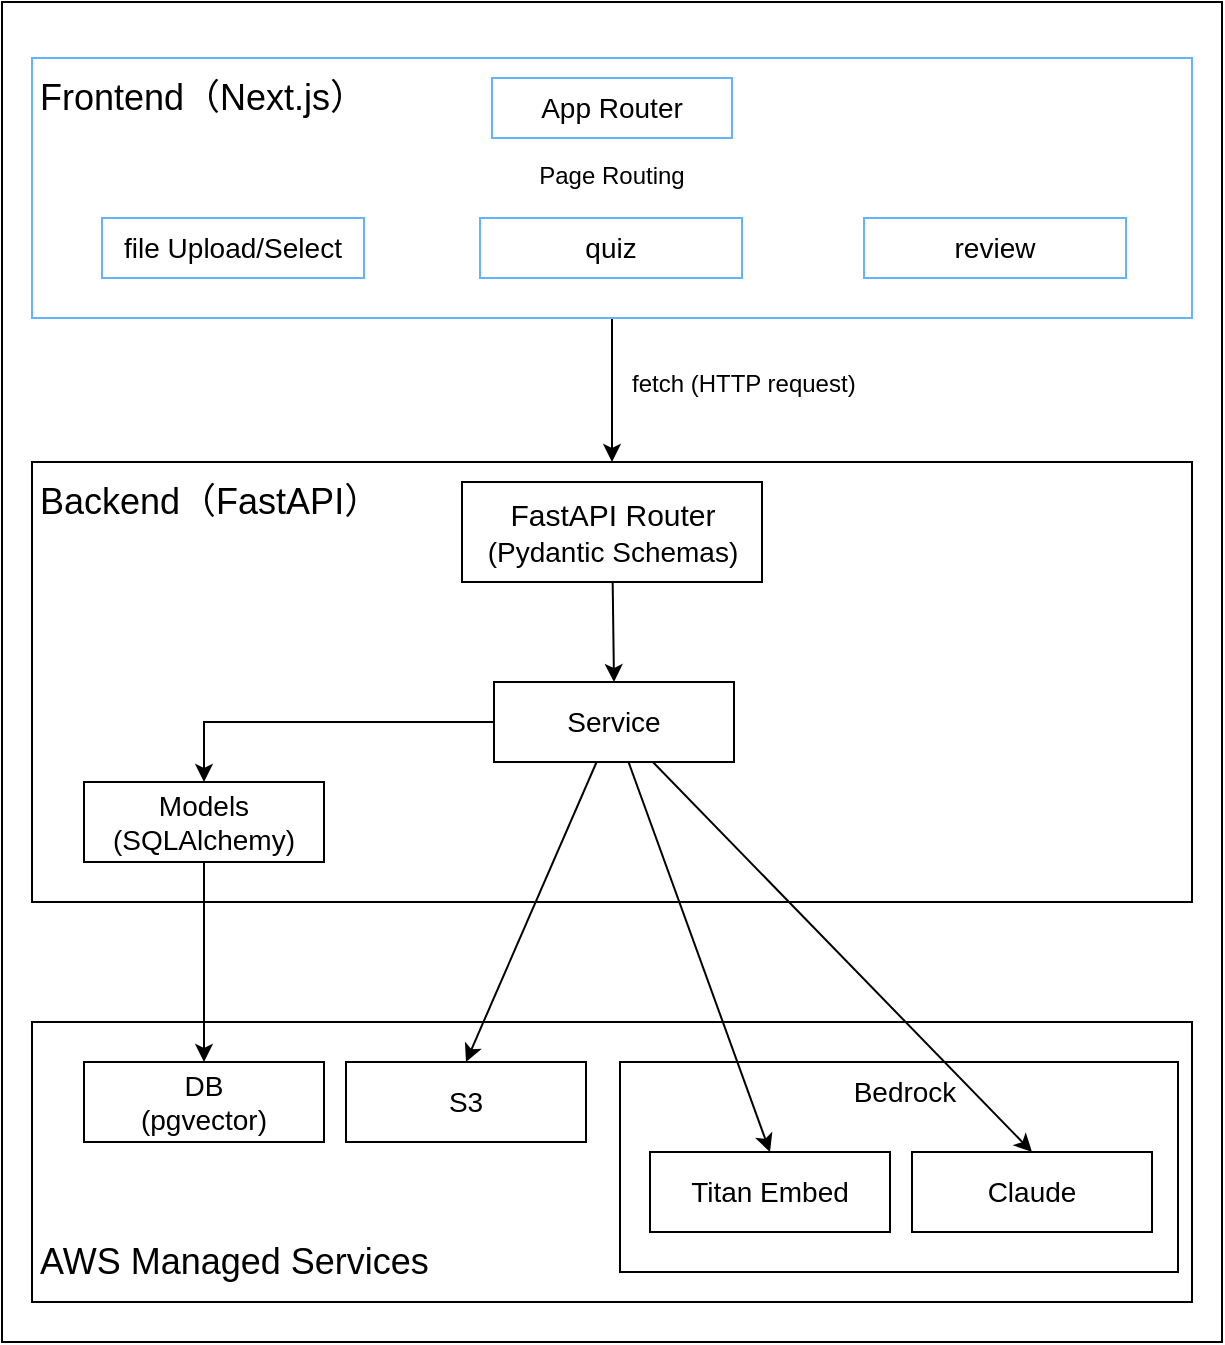
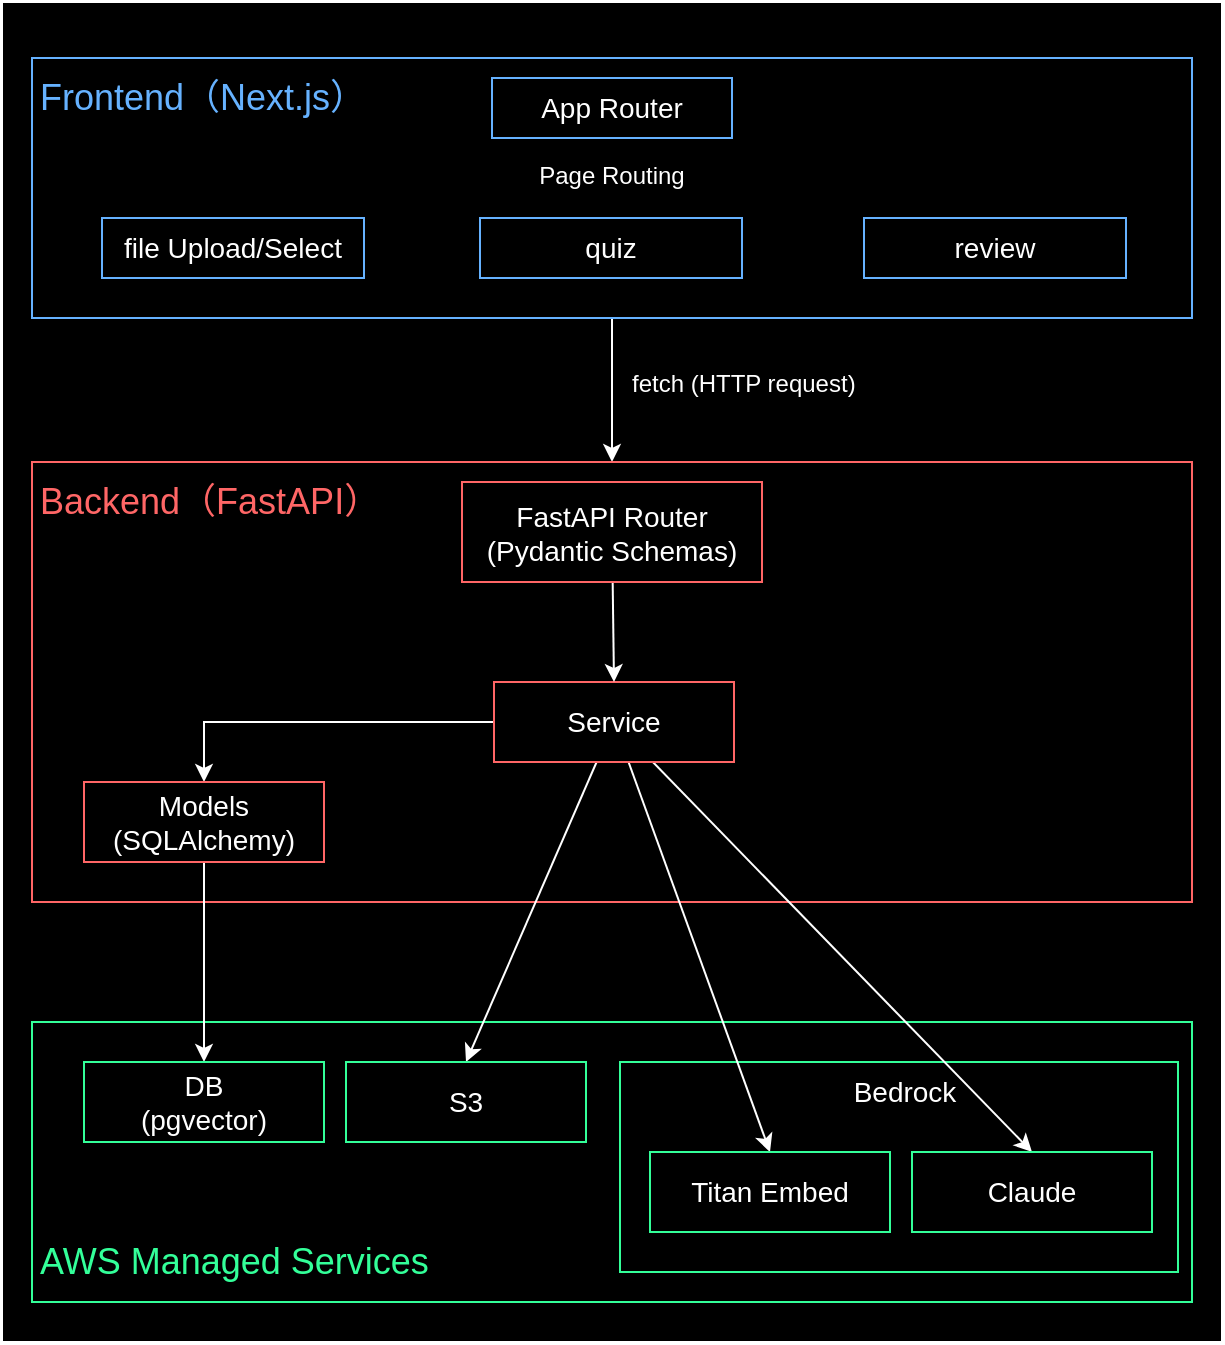
<mxfile host="65bd71144e">
    <diagram id="-sK7EBd7eQeEawK1GACJ" name="ページ1">
-         <mxGraphModel dx="935" dy="638" grid="1" gridSize="10" guides="1" tooltips="1" connect="1" arrows="1" fold="1" page="1" pageScale="1" pageWidth="827" pageHeight="1169" background="none" math="0" shadow="0">
+         <mxGraphModel dx="748" dy="510" grid="1" gridSize="10" guides="1" tooltips="1" connect="1" arrows="1" fold="1" page="1" pageScale="1" pageWidth="827" pageHeight="1169" background="none" math="0" shadow="0">
            <root>
                <mxCell id="0"/>
                <mxCell id="1" parent="0"/>
-                 <mxCell id="50" value="" style="whiteSpace=wrap;html=1;fillColor=light-dark(#FFFFFF,#000000);fillStyle=solid;" parent="1" vertex="1">
+                 <mxCell id="50" value="" style="whiteSpace=wrap;html=1;fillColor=light-dark(#000000,#000000);fillStyle=solid;strokeColor=#FFFFFF;" parent="1" vertex="1">
                    <mxGeometry x="109" y="60" width="610" height="670" as="geometry"/>
                </mxCell>
-                 <mxCell id="48" value="" style="whiteSpace=wrap;html=1;fillColor=none;strokeColor=light-dark(#000000,#33FF99);" parent="1" vertex="1">
+                 <mxCell id="48" value="" style="whiteSpace=wrap;html=1;fillColor=none;strokeColor=light-dark(#33FF99,#33FF99);" parent="1" vertex="1">
                    <mxGeometry x="124" y="570" width="580" height="140" as="geometry"/>
                </mxCell>
-                 <mxCell id="39" value="" style="whiteSpace=wrap;html=1;fillColor=none;strokeColor=light-dark(#000000,#33FF99);" parent="1" vertex="1">
+                 <mxCell id="39" value="" style="whiteSpace=wrap;html=1;fillColor=none;strokeColor=light-dark(#33FF99,#33FF99);" parent="1" vertex="1">
                    <mxGeometry x="418" y="590" width="279" height="105" as="geometry"/>
                </mxCell>
-                 <mxCell id="15" style="edgeStyle=none;html=1;entryX=0.5;entryY=0;entryDx=0;entryDy=0;" parent="1" source="2" target="13" edge="1">
+                 <mxCell id="15" style="edgeStyle=none;html=1;entryX=0.5;entryY=0;entryDx=0;entryDy=0;strokeColor=#FFFFFF;" parent="1" source="2" target="13" edge="1">
                    <mxGeometry relative="1" as="geometry"/>
                </mxCell>
                <mxCell id="2" value="" style="whiteSpace=wrap;html=1;fillColor=none;strokeColor=light-dark(#66B2FF,#66B2FF);" parent="1" vertex="1">
                    <mxGeometry x="124" y="88" width="580" height="130" as="geometry"/>
                </mxCell>
-                 <mxCell id="3" value="&lt;font style=&quot;font-size: 18px; color: light-dark(rgb(0, 0, 0), rgb(102, 178, 255));&quot;&gt;Frontend（Next.js）&lt;/font&gt;" style="text;html=1;align=left;verticalAlign=middle;resizable=0;points=[];autosize=1;strokeColor=none;fillColor=none;fontColor=light-dark(#000000,#66B2FF);" parent="1" vertex="1">
+                 <mxCell id="3" value="&lt;font style=&quot;font-size: 18px; color: light-dark(rgb(102, 178, 255), rgb(102, 178, 255));&quot;&gt;Frontend（Next.js）&lt;/font&gt;" style="text;html=1;align=left;verticalAlign=middle;resizable=0;points=[];autosize=1;strokeColor=none;fillColor=none;fontColor=light-dark(#000000,#66B2FF);" parent="1" vertex="1">
                    <mxGeometry x="126" y="88" width="190" height="40" as="geometry"/>
                </mxCell>
-                 <mxCell id="4" value="&lt;font style=&quot;font-size: 14px;&quot;&gt;App Router&lt;/font&gt;" style="whiteSpace=wrap;html=1;fillColor=none;strokeColor=light-dark(#66B2FF,#66B2FF);fontColor=light-dark(#000000,#FFFFFF);" parent="1" vertex="1">
+                 <mxCell id="4" value="&lt;font style=&quot;font-size: 14px; color: rgb(255, 255, 255);&quot;&gt;App Router&lt;/font&gt;" style="whiteSpace=wrap;html=1;fillColor=none;strokeColor=light-dark(#66B2FF,#66B2FF);fontColor=light-dark(#FFFFFF,#FFFFFF);" parent="1" vertex="1">
                    <mxGeometry x="354" y="98" width="120" height="30" as="geometry"/>
                </mxCell>
-                 <mxCell id="5" value="&lt;font style=&quot;font-size: 14px;&quot;&gt;file Upload/Select&lt;/font&gt;" style="whiteSpace=wrap;html=1;fillColor=none;strokeColor=light-dark(#66B2FF,#66B2FF);fontColor=light-dark(#000000,#FFFFFF);" parent="1" vertex="1">
+                 <mxCell id="5" value="&lt;font style=&quot;font-size: 14px; color: rgb(255, 255, 255);&quot;&gt;file Upload/Select&lt;/font&gt;" style="whiteSpace=wrap;html=1;fillColor=none;strokeColor=light-dark(#66B2FF,#66B2FF);fontColor=light-dark(#FFFFFF,#FFFFFF);" parent="1" vertex="1">
                    <mxGeometry x="159" y="168" width="131" height="30" as="geometry"/>
                </mxCell>
-                 <mxCell id="6" value="&lt;span style=&quot;font-size: 14px;&quot;&gt;quiz&lt;/span&gt;" style="whiteSpace=wrap;html=1;fillColor=none;strokeColor=light-dark(#66B2FF,#66B2FF);fontColor=light-dark(#000000,#FFFFFF);" parent="1" vertex="1">
+                 <mxCell id="6" value="&lt;span style=&quot;font-size: 14px;&quot;&gt;&lt;font style=&quot;color: rgb(255, 255, 255);&quot;&gt;quiz&lt;/font&gt;&lt;/span&gt;" style="whiteSpace=wrap;html=1;fillColor=none;strokeColor=light-dark(#66B2FF,#66B2FF);fontColor=light-dark(#FFFFFF,#FFFFFF);" parent="1" vertex="1">
                    <mxGeometry x="348" y="168" width="131" height="30" as="geometry"/>
                </mxCell>
-                 <mxCell id="7" value="&lt;font style=&quot;font-size: 14px;&quot;&gt;review&lt;/font&gt;" style="whiteSpace=wrap;html=1;fillColor=none;strokeColor=light-dark(#66B2FF,#66B2FF);fontColor=light-dark(#000000,#FFFFFF);" parent="1" vertex="1">
+                 <mxCell id="7" value="&lt;font style=&quot;font-size: 14px; color: rgb(255, 255, 255);&quot;&gt;review&lt;/font&gt;" style="whiteSpace=wrap;html=1;fillColor=none;strokeColor=light-dark(#66B2FF,#66B2FF);fontColor=light-dark(#FFFFFF,#FFFFFF);" parent="1" vertex="1">
                    <mxGeometry x="540" y="168" width="131" height="30" as="geometry"/>
                </mxCell>
-                 <mxCell id="13" value="" style="whiteSpace=wrap;html=1;fillColor=none;strokeColor=light-dark(#000000,#FF6666);" parent="1" vertex="1">
+                 <mxCell id="13" value="" style="whiteSpace=wrap;html=1;fillColor=none;strokeColor=light-dark(#FF6666,#FF6666);" parent="1" vertex="1">
                    <mxGeometry x="124" y="290" width="580" height="220" as="geometry"/>
                </mxCell>
-                 <mxCell id="14" value="&lt;font style=&quot;font-size: 18px; color: light-dark(rgb(0, 0, 0), rgb(255, 102, 102));&quot;&gt;Backend（FastAPI）&lt;/font&gt;" style="text;html=1;align=left;verticalAlign=middle;resizable=0;points=[];autosize=1;strokeColor=none;fillColor=none;fontColor=light-dark(#000000,#66B2FF);" parent="1" vertex="1">
+                 <mxCell id="14" value="&lt;font style=&quot;font-size: 18px; color: light-dark(rgb(255, 102, 102), rgb(255, 102, 102));&quot;&gt;Backend（FastAPI）&lt;/font&gt;" style="text;html=1;align=left;verticalAlign=middle;resizable=0;points=[];autosize=1;strokeColor=none;fillColor=none;fontColor=light-dark(#000000,#66B2FF);" parent="1" vertex="1">
                    <mxGeometry x="126" y="290" width="190" height="40" as="geometry"/>
                </mxCell>
-                 <mxCell id="16" value="fetch (HTTP request)" style="text;align=left;verticalAlign=top;resizable=0;points=[];autosize=1;strokeColor=none;fillColor=none;fontColor=light-dark(#000000,#FFFFFF);" parent="1" vertex="1">
+                 <mxCell id="16" value="fetch (HTTP request)" style="text;align=left;verticalAlign=top;resizable=0;points=[];autosize=1;strokeColor=none;fillColor=none;fontColor=light-dark(#FFFFFF,#FFFFFF);" parent="1" vertex="1">
                    <mxGeometry x="422" y="237" width="140" height="30" as="geometry"/>
                </mxCell>
-                 <mxCell id="30" style="edgeStyle=none;html=1;entryX=0.5;entryY=0;entryDx=0;entryDy=0;" parent="1" source="18" target="26" edge="1">
+                 <mxCell id="30" style="edgeStyle=none;html=1;entryX=0.5;entryY=0;entryDx=0;entryDy=0;strokeColor=#FFFFFF;" parent="1" source="18" target="26" edge="1">
                    <mxGeometry relative="1" as="geometry"/>
                </mxCell>
-                 <mxCell id="36" style="edgeStyle=none;html=1;entryX=0.5;entryY=0;entryDx=0;entryDy=0;rounded=0;curved=0;" parent="1" source="18" target="20" edge="1">
+                 <mxCell id="36" style="edgeStyle=none;html=1;entryX=0.5;entryY=0;entryDx=0;entryDy=0;rounded=0;curved=0;strokeColor=#FFFFFF;" parent="1" source="18" target="20" edge="1">
                    <mxGeometry relative="1" as="geometry">
                        <Array as="points">
                            <mxPoint x="210" y="420"/>
                        </Array>
                    </mxGeometry>
                </mxCell>
-                 <mxCell id="45" style="edgeStyle=none;html=1;entryX=0.5;entryY=0;entryDx=0;entryDy=0;" parent="1" source="18" target="27" edge="1">
+                 <mxCell id="45" style="edgeStyle=none;html=1;entryX=0.5;entryY=0;entryDx=0;entryDy=0;strokeColor=#FFFFFF;" parent="1" source="18" target="27" edge="1">
                    <mxGeometry relative="1" as="geometry"/>
                </mxCell>
-                 <mxCell id="46" style="edgeStyle=none;html=1;entryX=0.5;entryY=0;entryDx=0;entryDy=0;" parent="1" source="18" target="28" edge="1">
+                 <mxCell id="46" style="edgeStyle=none;html=1;entryX=0.5;entryY=0;entryDx=0;entryDy=0;strokeColor=#FFFFFF;" parent="1" source="18" target="28" edge="1">
                    <mxGeometry relative="1" as="geometry"/>
                </mxCell>
-                 <mxCell id="18" value="&lt;font style=&quot;font-size: 14px;&quot;&gt;Service&lt;/font&gt;" style="whiteSpace=wrap;html=1;fillColor=none;strokeColor=light-dark(#000000,#FF6666);fontColor=light-dark(#000000,#FFFFFF);" parent="1" vertex="1">
+                 <mxCell id="18" value="&lt;font style=&quot;font-size: 14px; color: rgb(255, 255, 255);&quot;&gt;Service&lt;/font&gt;" style="whiteSpace=wrap;html=1;fillColor=none;strokeColor=light-dark(#FF6666,#FF6666);fontColor=light-dark(#FFFFFF,#FFFFFF);" parent="1" vertex="1">
                    <mxGeometry x="355" y="400" width="120" height="40" as="geometry"/>
                </mxCell>
-                 <mxCell id="37" style="edgeStyle=none;html=1;" parent="1" source="20" target="29" edge="1">
+                 <mxCell id="37" style="edgeStyle=none;html=1;strokeColor=#FFFFFF;" parent="1" source="20" target="29" edge="1">
                    <mxGeometry relative="1" as="geometry"/>
                </mxCell>
-                 <mxCell id="20" value="&lt;font style=&quot;font-size: 14px;&quot;&gt;Models&lt;/font&gt;&lt;div&gt;&lt;font style=&quot;&quot;&gt;&lt;font style=&quot;font-size: 14px;&quot;&gt;(SQLAlchemy)&lt;/font&gt;&lt;/font&gt;&lt;/div&gt;" style="whiteSpace=wrap;html=1;fillColor=none;strokeColor=light-dark(#000000,#FF6666);fontColor=light-dark(#000000,#FFFFFF);" parent="1" vertex="1">
+                 <mxCell id="20" value="&lt;font style=&quot;font-size: 14px; color: rgb(255, 255, 255);&quot;&gt;Models&lt;/font&gt;&lt;div&gt;&lt;font style=&quot;&quot;&gt;&lt;font style=&quot;font-size: 14px; color: rgb(255, 255, 255);&quot;&gt;(SQLAlchemy)&lt;/font&gt;&lt;/font&gt;&lt;/div&gt;" style="whiteSpace=wrap;html=1;fillColor=none;strokeColor=light-dark(#FF6666,#FF6666);fontColor=light-dark(#FFFFFF,#FFFFFF);" parent="1" vertex="1">
                    <mxGeometry x="150" y="450" width="120" height="40" as="geometry"/>
                </mxCell>
-                 <mxCell id="51" style="edgeStyle=none;html=1;entryX=0.5;entryY=0;entryDx=0;entryDy=0;" edge="1" parent="1" source="21" target="18">
+                 <mxCell id="51" style="edgeStyle=none;html=1;entryX=0.5;entryY=0;entryDx=0;entryDy=0;strokeColor=#FFFFFF;" parent="1" source="21" target="18" edge="1">
                    <mxGeometry relative="1" as="geometry"/>
                </mxCell>
-                 <mxCell id="21" value="&lt;font style=&quot;font-size: 15px;&quot;&gt;FastAPI Router&lt;/font&gt;&lt;div&gt;&lt;font style=&quot;font-size: 15px;&quot;&gt;&lt;span style=&quot;font-size: 14px;&quot;&gt;(Pydantic Schemas)&lt;/span&gt;&lt;/font&gt;&lt;/div&gt;" style="text;html=1;align=center;verticalAlign=middle;resizable=0;points=[];autosize=1;strokeColor=light-dark(#000000,#FF6666);fillColor=none;fontColor=light-dark(#000000,#FFFFFF);" parent="1" vertex="1">
+                 <mxCell id="21" value="FastAPI Router&#xa;(Pydantic Schemas)" style="text;align=center;verticalAlign=middle;resizable=0;points=[];autosize=1;strokeColor=light-dark(#FF6666,#FF6666);fillColor=none;fontColor=light-dark(#FFFFFF,#FFFFFF);fontSize=14;" parent="1" vertex="1">
                    <mxGeometry x="339" y="300" width="150" height="50" as="geometry"/>
                </mxCell>
-                 <mxCell id="24" value="&lt;font style=&quot;&quot;&gt;Page Routing&lt;/font&gt;" style="whiteSpace=wrap;html=1;strokeColor=none;fillColor=none;fontColor=light-dark(#000000,#FFFFFF);" parent="1" vertex="1">
+                 <mxCell id="24" value="&lt;font style=&quot;color: rgb(255, 255, 255);&quot;&gt;Page Routing&lt;/font&gt;" style="whiteSpace=wrap;html=1;strokeColor=none;fillColor=none;fontColor=light-dark(#FFFFFF,#FFFFFF);" parent="1" vertex="1">
                    <mxGeometry x="374" y="137" width="80" height="20" as="geometry"/>
                </mxCell>
-                 <mxCell id="26" value="&lt;span style=&quot;font-size: 14px;&quot;&gt;&lt;font style=&quot;&quot;&gt;S3&lt;/font&gt;&lt;/span&gt;" style="whiteSpace=wrap;html=1;fillColor=none;strokeColor=light-dark(#000000,#33FF99);fontColor=light-dark(#000000,#FFFFFF);" parent="1" vertex="1">
+                 <mxCell id="26" value="&lt;span style=&quot;font-size: 14px;&quot;&gt;&lt;font style=&quot;color: rgb(255, 255, 255);&quot;&gt;S3&lt;/font&gt;&lt;/span&gt;" style="whiteSpace=wrap;html=1;fillColor=none;strokeColor=light-dark(#33FF99,#33FF99);fontColor=light-dark(#FFFFFF,#FFFFFF);" parent="1" vertex="1">
                    <mxGeometry x="281" y="590" width="120" height="40" as="geometry"/>
                </mxCell>
-                 <mxCell id="27" value="&lt;span style=&quot;font-size: 14px;&quot;&gt;&lt;font style=&quot;&quot;&gt;Titan Embed&lt;/font&gt;&lt;/span&gt;" style="whiteSpace=wrap;html=1;fillColor=none;strokeColor=light-dark(#000000,#33FF99);fontColor=light-dark(#000000,#FFFFFF);" parent="1" vertex="1">
+                 <mxCell id="27" value="&lt;span style=&quot;font-size: 14px;&quot;&gt;&lt;font style=&quot;color: rgb(255, 255, 255);&quot;&gt;Titan Embed&lt;/font&gt;&lt;/span&gt;" style="whiteSpace=wrap;html=1;fillColor=none;strokeColor=light-dark(#33FF99,#33FF99);fontColor=light-dark(#FFFFFF,#FFFFFF);" parent="1" vertex="1">
                    <mxGeometry x="433" y="635" width="120" height="40" as="geometry"/>
                </mxCell>
-                 <mxCell id="28" value="&lt;span style=&quot;font-size: 14px;&quot;&gt;&lt;font style=&quot;&quot;&gt;Claude&lt;/font&gt;&lt;/span&gt;" style="whiteSpace=wrap;html=1;fillColor=none;strokeColor=light-dark(#000000,#33FF99);fontColor=light-dark(#000000,#FFFFFF);" parent="1" vertex="1">
+                 <mxCell id="28" value="&lt;span style=&quot;font-size: 14px;&quot;&gt;&lt;font style=&quot;color: rgb(255, 255, 255);&quot;&gt;Claude&lt;/font&gt;&lt;/span&gt;" style="whiteSpace=wrap;html=1;fillColor=none;strokeColor=light-dark(#33FF99,#33FF99);fontColor=light-dark(#FFFFFF,#FFFFFF);" parent="1" vertex="1">
                    <mxGeometry x="564" y="635" width="120" height="40" as="geometry"/>
                </mxCell>
-                 <mxCell id="29" value="&lt;span style=&quot;font-size: 14px;&quot;&gt;&lt;font style=&quot;&quot;&gt;DB&lt;br&gt;(pgvector)&lt;/font&gt;&lt;/span&gt;" style="whiteSpace=wrap;html=1;fillColor=none;strokeColor=light-dark(#000000,#33FF99);fontColor=light-dark(#000000,#FFFFFF);" parent="1" vertex="1">
+                 <mxCell id="29" value="&lt;span style=&quot;font-size: 14px;&quot;&gt;&lt;font style=&quot;color: rgb(255, 255, 255);&quot;&gt;DB&lt;br&gt;(pgvector)&lt;/font&gt;&lt;/span&gt;" style="whiteSpace=wrap;html=1;fillColor=none;strokeColor=light-dark(#33FF99,#33FF99);fontColor=light-dark(#FFFFFF,#FFFFFF);" parent="1" vertex="1">
                    <mxGeometry x="150" y="590" width="120" height="40" as="geometry"/>
                </mxCell>
-                 <mxCell id="41" value="&lt;font style=&quot;font-size: 14px;&quot;&gt;Bedrock&lt;/font&gt;" style="text;html=1;align=center;verticalAlign=middle;resizable=0;points=[];autosize=1;strokeColor=none;fillColor=none;fontColor=light-dark(#000000,#FFFFFF);" parent="1" vertex="1">
+                 <mxCell id="41" value="&lt;font style=&quot;font-size: 14px; color: rgb(255, 255, 255);&quot;&gt;Bedrock&lt;/font&gt;" style="text;html=1;align=center;verticalAlign=middle;resizable=0;points=[];autosize=1;strokeColor=none;fillColor=none;fontColor=light-dark(#FFFFFF,#FFFFFF);" parent="1" vertex="1">
                    <mxGeometry x="525" y="590" width="70" height="30" as="geometry"/>
                </mxCell>
-                 <mxCell id="49" value="&lt;font style=&quot;font-size: 18px; color: light-dark(rgb(0, 0, 0), rgb(51, 255, 153));&quot;&gt;AWS Managed Services&lt;/font&gt;" style="text;html=1;align=left;verticalAlign=middle;resizable=0;points=[];autosize=1;strokeColor=none;fillColor=none;fontColor=light-dark(#000000,#33FF99);" parent="1" vertex="1">
+                 <mxCell id="49" value="&lt;font style=&quot;font-size: 18px; color: light-dark(rgb(51, 255, 153), rgb(51, 255, 153));&quot;&gt;AWS Managed Services&lt;/font&gt;" style="text;html=1;align=left;verticalAlign=middle;resizable=0;points=[];autosize=1;strokeColor=none;fillColor=none;fontColor=light-dark(#000000,#33FF99);" parent="1" vertex="1">
                    <mxGeometry x="126" y="670" width="220" height="40" as="geometry"/>
                </mxCell>
            </root>
        </mxGraphModel>
    </diagram>
</mxfile>